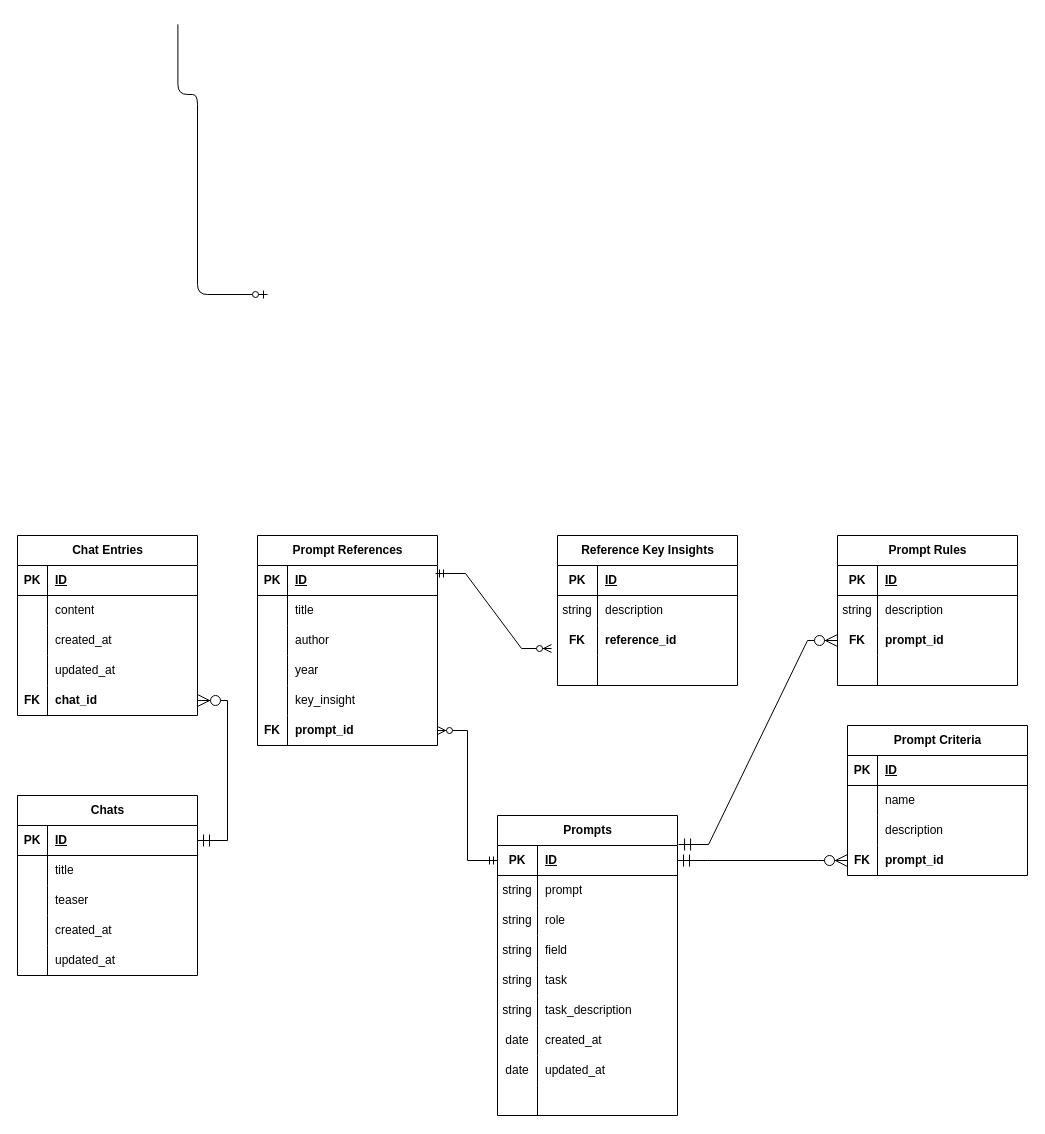
Earlier version of the draw.io diagram docs/database.drawio (sergeyklay/promptly). Source tidied: cells renumbered, new cells numbered last; positions are measured from the earlier drawing's top-left corner, leaving out a move shared by most shapes. Both pictures are drawn from the tidied source at 100%, with x=0, y=0 at pixel (17, 24).
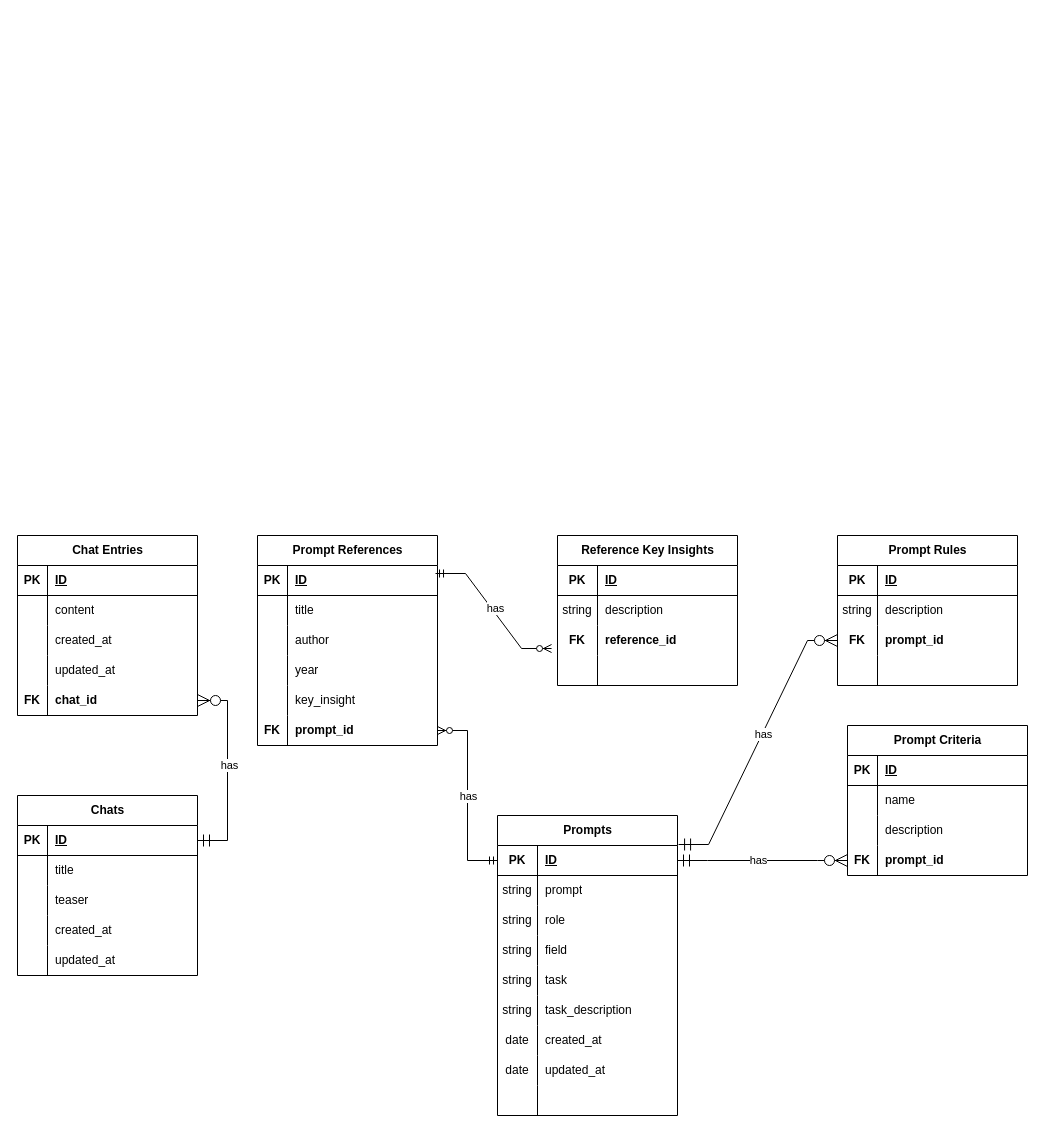
The same page after the edit.

Commit message (it also covers changes not shown here):
docs: add contributing and er diagram docs

Unchanged cells that the change refers to:
```xml
<mxCell id="35" style="edgeStyle=entityRelationEdgeStyle;fontSize=12;html=1;endArrow=ERzeroToMany;startArrow=ERmandOne;rounded=0;endSize=10;startSize=10;exitX=1;exitY=0.5;exitDx=0;exitDy=0;strokeWidth=1;" parent="1" edge="1" source="4" target="32">
  <mxGeometry relative="1" as="geometry">
    <Array as="points">
      <mxPoint x="240" y="741" />
    </Array>
  </mxGeometry>
</mxCell>
<mxCell id="77" style="edgeStyle=entityRelationEdgeStyle;fontSize=12;html=1;endArrow=ERzeroToMany;startArrow=ERmandOne;rounded=0;exitX=1;exitY=0.5;exitDx=0;exitDy=0;endSize=10;startSize=10;" parent="1" edge="1" source="37" target="74">
  <mxGeometry relative="1" as="geometry">
    <Array as="points">
      <mxPoint x="530" y="761" />
      <mxPoint x="520" y="761" />
    </Array>
  </mxGeometry>
</mxCell>
<mxCell id="97" style="edgeStyle=entityRelationEdgeStyle;fontSize=12;html=1;endArrow=ERzeroToMany;startArrow=ERmandOne;rounded=0;entryX=1;entryY=0.5;entryDx=0;entryDy=0;exitX=0;exitY=0.5;exitDx=0;exitDy=0;" parent="1" edge="1" source="37" target="94">
  <mxGeometry relative="1" as="geometry" />
</mxCell>
<mxCell id="111" style="edgeStyle=entityRelationEdgeStyle;fontSize=12;html=1;endArrow=ERzeroToMany;startArrow=ERmandOne;rounded=0;exitX=1.006;exitY=-0.033;exitDx=0;exitDy=0;exitPerimeter=0;endSize=10;startSize=10;" parent="1" edge="1" source="37" target="105">
  <mxGeometry relative="1" as="geometry">
    <Array as="points">
      <mxPoint x="620" y="651" />
    </Array>
  </mxGeometry>
</mxCell>
<mxCell id="125" style="edgeStyle=entityRelationEdgeStyle;fontSize=12;html=1;endArrow=ERzeroToMany;startArrow=ERmandOne;rounded=0;entryX=-0.033;entryY=0.767;entryDx=0;entryDy=0;entryPerimeter=0;exitX=0.989;exitY=0.267;exitDx=0;exitDy=0;exitPerimeter=0;" parent="1" edge="1" source="79" target="119">
  <mxGeometry relative="1" as="geometry" />
</mxCell>
```

The edit, as a diff of the source:
```diff
@@
-    <mxCell id="2" style="edgeStyle=orthogonalEdgeStyle;html=1;endArrow=ERzeroToOne;endFill=1;labelBackgroundColor=none;fontFamily=Verdana;fontSize=14;entryX=0;entryY=0.5;exitX=1;exitY=0.5;" parent="1" edge="1">
-      <mxGeometry relative="1" as="geometry">
-        <mxPoint x="160.4" y="-0.1" as="sourcePoint" />
-        <mxPoint x="250" y="270" as="targetPoint" />
-        <Array as="points">
-          <mxPoint x="180" y="70" />
-          <mxPoint x="180" y="270" />
-        </Array>
-      </mxGeometry>
-    </mxCell>
@@
+    <mxCell id="126" value="has" style="edgeLabel;html=1;align=center;verticalAlign=middle;" parent="35" vertex="1">
+      <mxGeometry x="0.06" y="-1" relative="1" as="geometry" />
+    </mxCell>
@@
+    <mxCell id="127" value="has" style="edgeLabel;html=1;align=center;verticalAlign=middle;" parent="77" vertex="1">
+      <mxGeometry x="-0.06" y="1" relative="1" as="geometry" />
+    </mxCell>
@@
+    <mxCell id="128" value="has" style="edgeLabel;html=1;align=center;verticalAlign=middle;" parent="97" vertex="1">
+      <mxGeometry relative="1" as="geometry" />
+    </mxCell>
@@
+    <mxCell id="129" value="has" style="edgeLabel;html=1;align=center;verticalAlign=middle;" parent="111" vertex="1">
+      <mxGeometry x="0.07" y="-1" relative="1" as="geometry" />
+    </mxCell>
@@
+    <mxCell id="130" value="has" style="edgeLabel;html=1;align=center;verticalAlign=middle;" parent="125" vertex="1">
+      <mxGeometry x="-0.03" y="3" relative="1" as="geometry" />
+    </mxCell>
```
